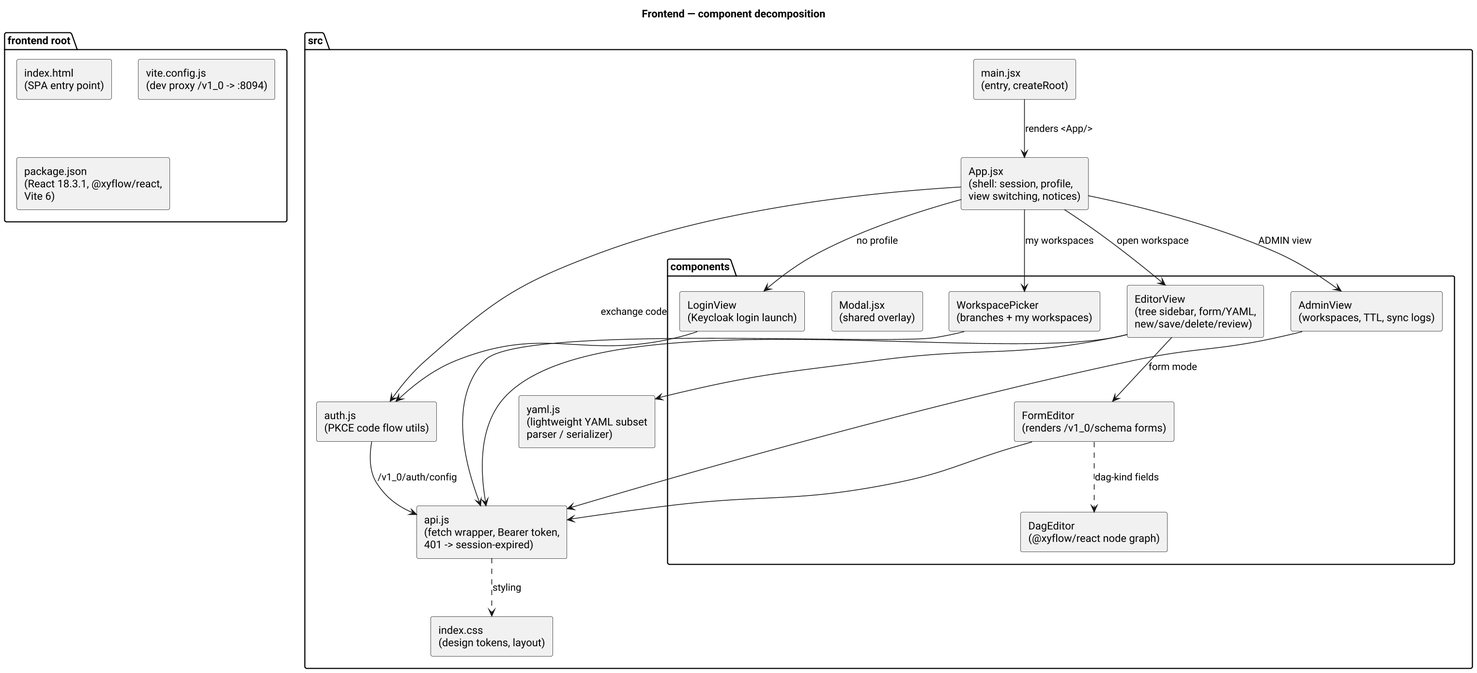
This is lakehouse-ui-modeller-svc/doc/diagrams/frontend-components.png from zaytsevdmitry/lakehouse, a PlantUML export, as it was before one commit. The source it was exported from:
```plantuml
@startuml
title Frontend — component decomposition
skinparam componentStyle rectangle
skinparam shadowing false
skinparam defaultFontName "Helvetica"
skinparam dpi 150

package "frontend root" {
  [index.html\n(SPA entry point)] as html
  [vite.config.js\n(dev proxy /v1_0 -> :8094)] as vite
  [package.json\n(React 18.3.1, @xyflow/react,\nVite 6)] as pkg
}

package "src" {
  [main.jsx\n(entry, createRoot)] as main
  [App.jsx\n(shell: session, profile,\nview switching, notices)] as app
  [api.js\n(fetch wrapper, Bearer token,\n401 -> session-expired)] as api
  [auth.js\n(PKCE code flow utils)] as auth
  [yaml.js\n(lightweight YAML subset\nparser / serializer)] as yaml
  [index.css\n(design tokens, layout)] as css

  package "components" {
    [LoginView\n(Keycloak login launch)] as login
    [WorkspacePicker\n(branches + my workspaces)] as picker
    [EditorView\n(tree sidebar, form/YAML,\nnew/save/delete/review)] as editor
    [FormEditor\n(renders /v1_0/schema forms)] as form
    [DagEditor\n(@xyflow/react node graph)] as dag
    [Modal.jsx\n(shared overlay)] as modal
    [AdminView\n(workspaces, TTL, sync logs)] as admin
  }
}

main --> app : renders <App/>
app --> login : no profile
app --> picker : my workspaces
app --> editor : open workspace
app --> admin : ADMIN view

editor --> form : form mode
editor --> api
editor --> yaml
form --> api
picker --> api
admin --> api

login --> auth
auth --> api : /v1_0/auth/config
app --> auth : exchange code

form ..> dag : dag-kind fields
api ..> css : styling
@enduml
```
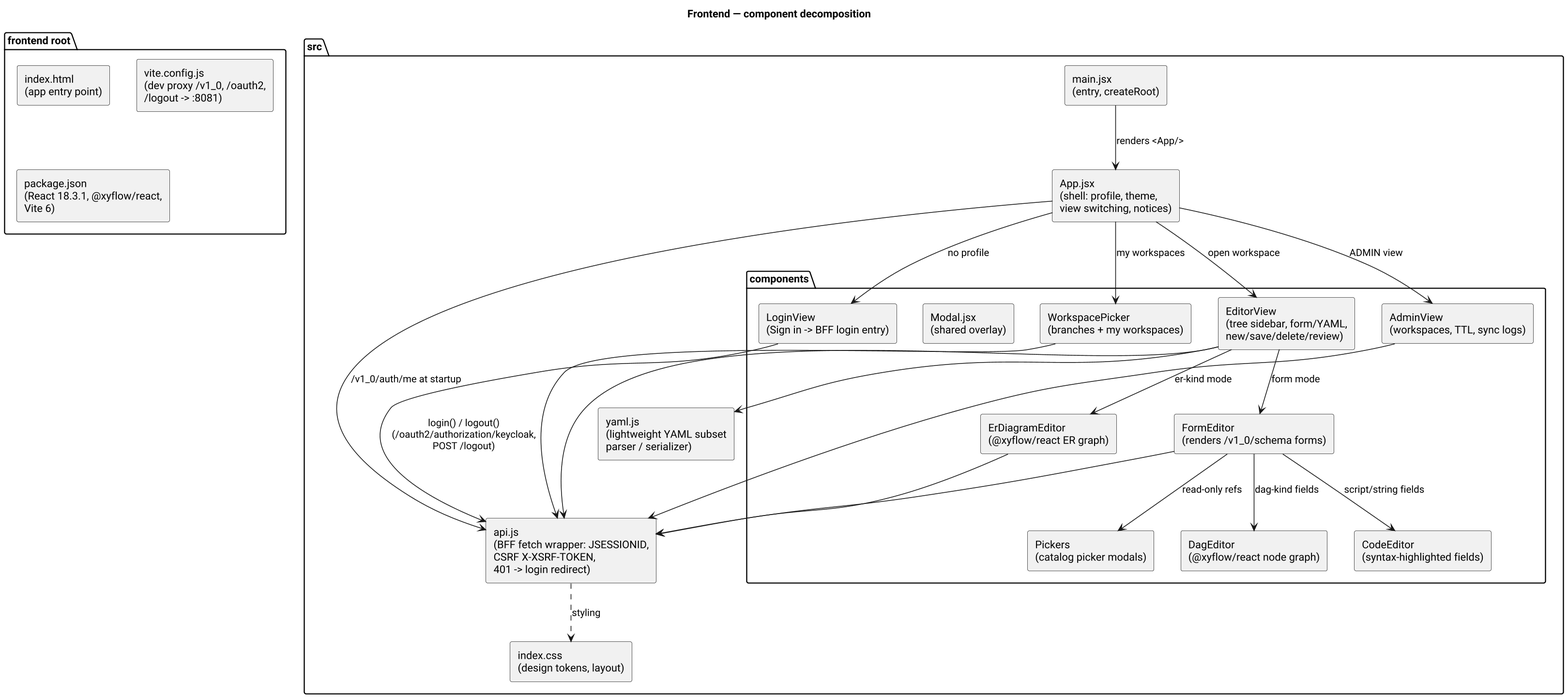
The same diagram one commit later.

Diff of the diagram source:
```diff
@@ -6,25 +6,27 @@
 skinparam dpi 150
 
 package "frontend root" {
-  [index.html\n(SPA entry point)] as html
-  [vite.config.js\n(dev proxy /v1_0 -> :8094)] as vite
+  [index.html\n(app entry point)] as html
+  [vite.config.js\n(dev proxy /v1_0, /oauth2,\n/logout -> :8081)] as vite
   [package.json\n(React 18.3.1, @xyflow/react,\nVite 6)] as pkg
 }
 
 package "src" {
   [main.jsx\n(entry, createRoot)] as main
-  [App.jsx\n(shell: session, profile,\nview switching, notices)] as app
-  [api.js\n(fetch wrapper, Bearer token,\n401 -> session-expired)] as api
-  [auth.js\n(PKCE code flow utils)] as auth
+  [App.jsx\n(shell: profile, theme,\nview switching, notices)] as app
+  [api.js\n(BFF fetch wrapper: JSESSIONID,\nCSRF X-XSRF-TOKEN,\n401 -> login redirect)] as api
   [yaml.js\n(lightweight YAML subset\nparser / serializer)] as yaml
   [index.css\n(design tokens, layout)] as css
 
   package "components" {
-    [LoginView\n(Keycloak login launch)] as login
+    [LoginView\n(Sign in -> BFF login entry)] as login
     [WorkspacePicker\n(branches + my workspaces)] as picker
     [EditorView\n(tree sidebar, form/YAML,\nnew/save/delete/review)] as editor
     [FormEditor\n(renders /v1_0/schema forms)] as form
     [DagEditor\n(@xyflow/react node graph)] as dag
+    [ErDiagramEditor\n(@xyflow/react ER graph)] as erd
+    [CodeEditor\n(syntax-highlighted fields)] as code
+    [Pickers\n(catalog picker modals)] as pickers
     [Modal.jsx\n(shared overlay)] as modal
     [AdminView\n(workspaces, TTL, sync logs)] as admin
   }
@@ -37,16 +39,18 @@
 app --> admin : ADMIN view
 
 editor --> form : form mode
+editor --> erd : er-kind mode
 editor --> api
 editor --> yaml
 form --> api
+form --> dag : dag-kind fields
+form --> code : script/string fields
+form --> pickers : read-only refs
+erd --> api
 picker --> api
 admin --> api
 
-login --> auth
-auth --> api : /v1_0/auth/config
-app --> auth : exchange code
-
-form ..> dag : dag-kind fields
+login --> api : login() / logout()\n(/oauth2/authorization/keycloak,\nPOST /logout)
+app --> api : /v1_0/auth/me at startup
 api ..> css : styling
 @enduml
```
